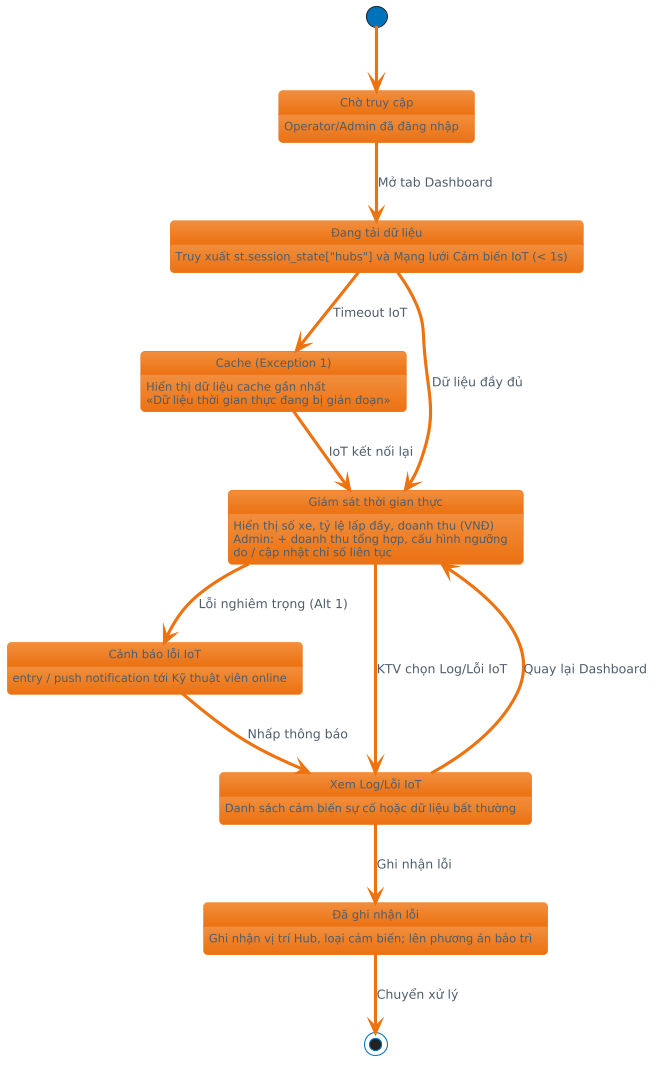
Before: docs/diagrams/Use-case detail-scenario/SS3/State-chart diagrams/UC_SS3_01_PhamTienDat_statechart.png, a diagram exported from PlantUML (Dat-nguyen195/BTL_1_CNPM). Source of this version:
```plantuml
@startuml
!theme aws-orange
[*] --> ChoTruyCap

state "Chờ truy cập" as ChoTruyCap : Operator/Admin đã đăng nhập
state "Đang tải dữ liệu" as DangTaiDuLieu : Truy xuất st.session_state["hubs"] và Mạng lưới Cảm biến IoT (< 1s)
state "Cache (Exception 1)" as Cache : Hiển thị dữ liệu cache gần nhất\n«Dữ liệu thời gian thực đang bị gián đoạn»
state "Giám sát thời gian thực" as GiamSat : Hiển thị số xe, tỷ lệ lấp đầy, doanh thu (VNĐ)\nAdmin: + doanh thu tổng hợp, cấu hình ngưỡng\ndo / cập nhật chỉ số liên tục
state "Cảnh báo lỗi IoT" as CanhBao : entry / push notification tới Kỹ thuật viên online
state "Xem Log/Lỗi IoT" as XemLog : Danh sách cảm biến sự cố hoặc dữ liệu bất thường
state "Đã ghi nhận lỗi" as GhiNhan : Ghi nhận vị trí Hub, loại cảm biến; lên phương án bảo trì

ChoTruyCap --> DangTaiDuLieu : Mở tab Dashboard
DangTaiDuLieu --> GiamSat : Dữ liệu đầy đủ
DangTaiDuLieu --> Cache : Timeout IoT
Cache --> GiamSat : IoT kết nối lại

GiamSat --> CanhBao : Lỗi nghiêm trọng (Alt 1)
GiamSat --> XemLog : KTV chọn Log/Lỗi IoT
CanhBao --> XemLog : Nhấp thông báo

XemLog --> GhiNhan : Ghi nhận lỗi
XemLog --> GiamSat : Quay lại Dashboard
GhiNhan --> [*] : Chuyển xử lý
@enduml
```
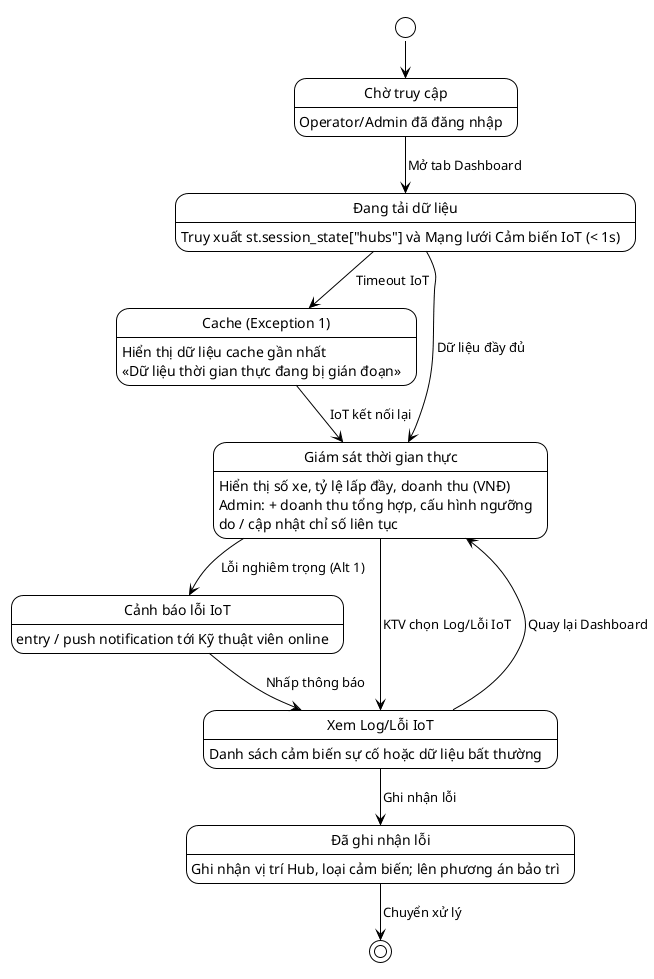
Above is the later version.

Change to the diagram source:
```diff
@@ -1,5 +1,6 @@
 @startuml
-!theme aws-orange
+!pragma layout smetana
+!theme plain
 [*] --> ChoTruyCap
 
 state "Chờ truy cập" as ChoTruyCap : Operator/Admin đã đăng nhập
```
